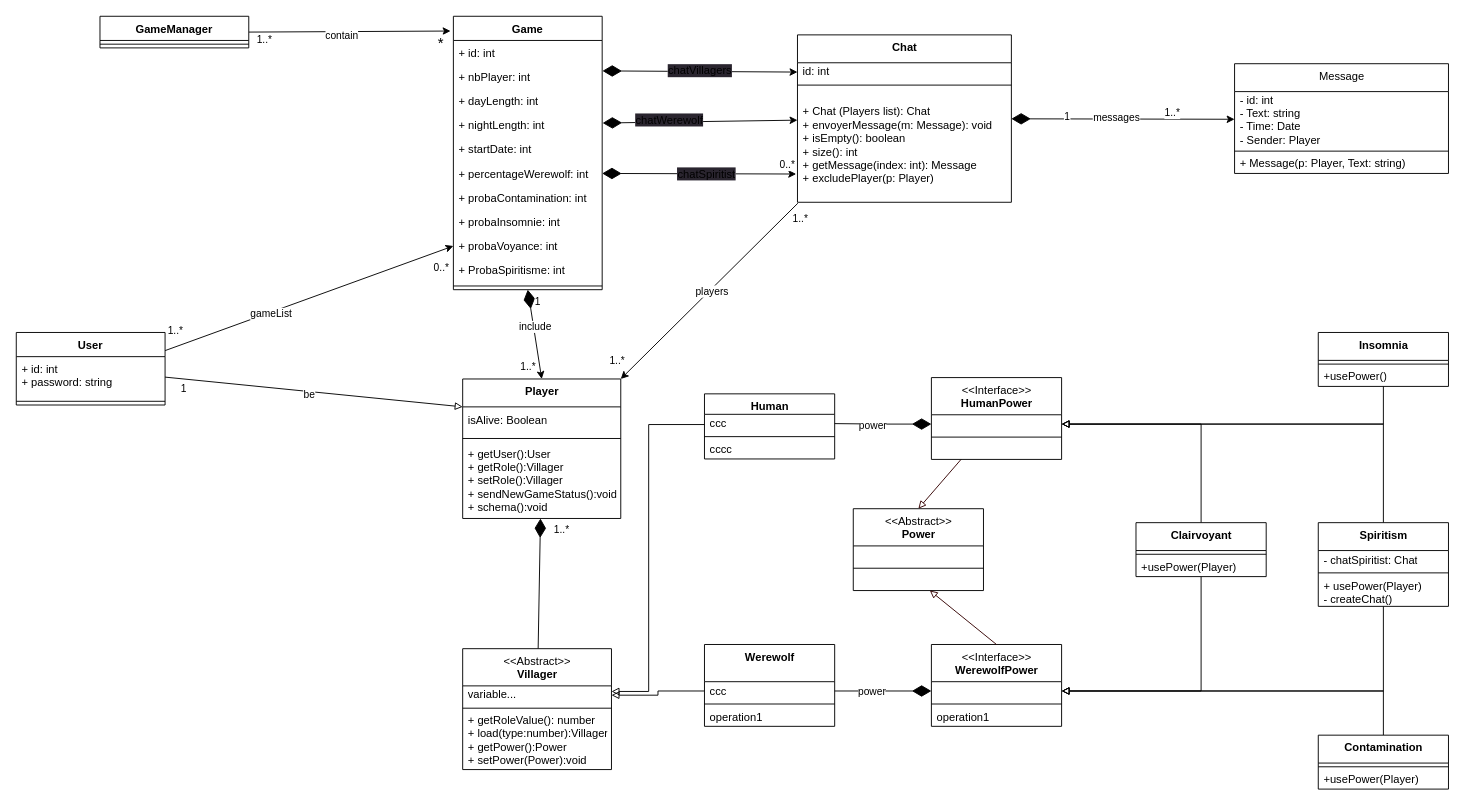
gfhuth/werewolf keeps this draw.io diagram as documentation/server/diagramme_de_classes_jeu.drawio. Above is the earlier version. Source tidied: cells renumbered, new cells numbered last; positions are measured from the earlier drawing's top-left corner, leaving out a move shared by most shapes. Both pictures are drawn from the tidied source at 93%, with x=0, y=0 at pixel (16, 16).
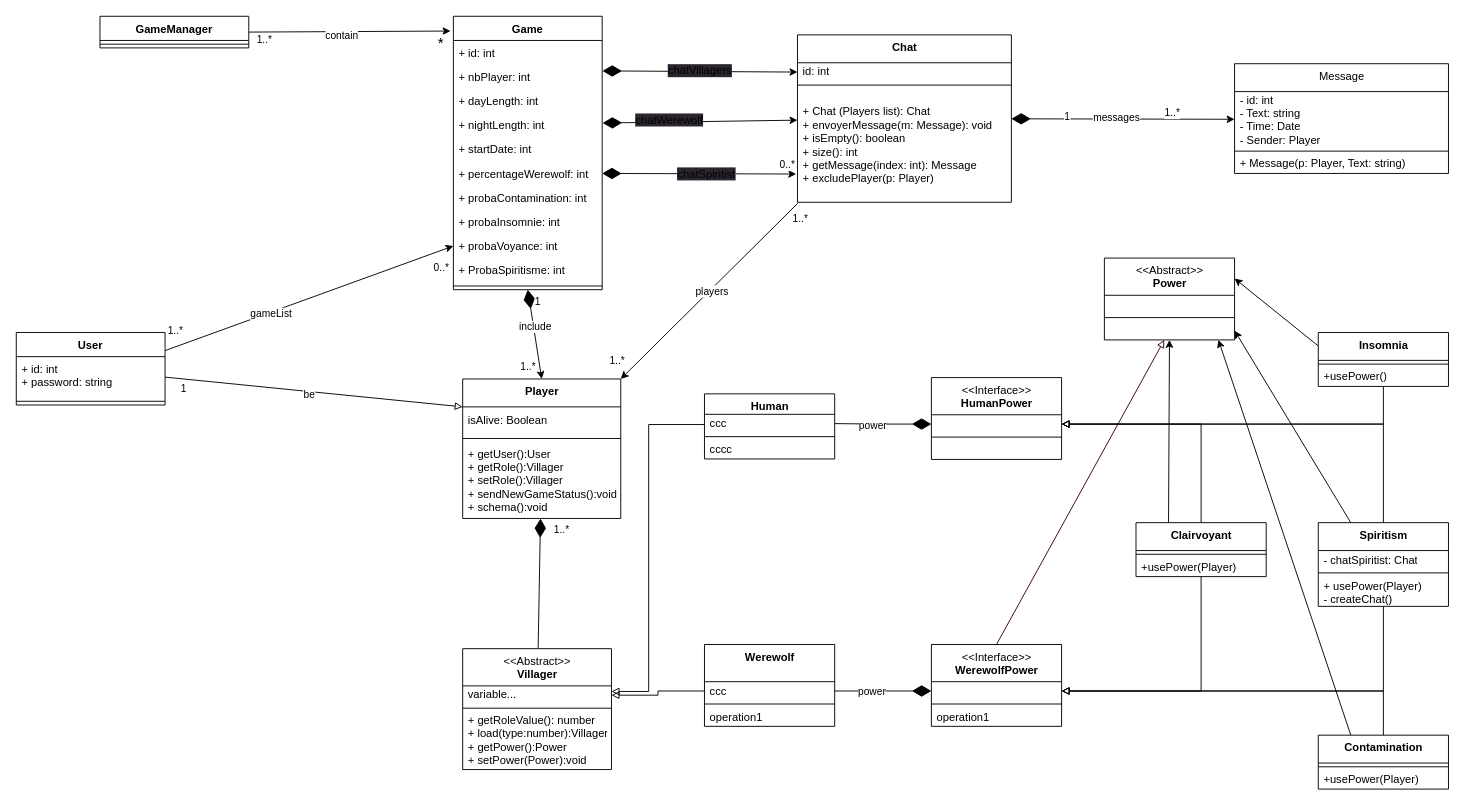
After the change.

The change refers to these unchanged cells:
```xml
<mxCell id="58" value="&lt;b&gt;Clairvoyant&lt;/b&gt;" style="swimlane;fontStyle=0;align=center;verticalAlign=top;horizontal=1;startSize=30;html=1;" parent="1" vertex="1">
  <mxGeometry x="1204" y="544.5" width="140" height="58" as="geometry" />
</mxCell>
<mxCell id="68" value="&lt;b class=&quot;b5&quot;&gt;Spiritism&lt;/b&gt;" style="swimlane;fontStyle=0;align=center;verticalAlign=top;horizontal=1;startSize=30;html=1;" parent="1" vertex="1">
  <mxGeometry x="1400" y="544.5" width="140" height="90" as="geometry" />
</mxCell>
<mxCell id="76" value="&amp;lt;&amp;lt;Interface&amp;gt;&amp;gt;&lt;br&gt;&lt;b&gt;HumanPower&lt;/b&gt;" style="swimlane;fontStyle=0;align=center;verticalAlign=top;horizontal=1;startSize=40;html=1;strokeColor=default;" parent="1" vertex="1">
  <mxGeometry x="984" y="388.5" width="140" height="88" as="geometry" />
</mxCell>
<mxCell id="89" value="&lt;b class=&quot;b5&quot;&gt;Contamination&lt;/b&gt;&lt;b class=&quot;b4&quot;&gt;&lt;/b&gt;" style="swimlane;fontStyle=0;align=center;verticalAlign=top;horizontal=1;startSize=30;html=1;" parent="1" vertex="1">
  <mxGeometry x="1400" y="773" width="140" height="58" as="geometry" />
</mxCell>
<mxCell id="93" value="&lt;strong&gt;Insomnia&lt;br&gt;&lt;/strong&gt;" style="swimlane;fontStyle=0;align=center;verticalAlign=top;horizontal=1;startSize=30;html=1;" parent="1" vertex="1">
  <mxGeometry x="1400" y="340" width="140" height="58" as="geometry" />
</mxCell>
<mxCell id="111" value="&amp;nbsp;" style="text;html=1;strokeColor=none;fillColor=none;align=left;verticalAlign=middle;spacingLeft=4;spacingRight=4;overflow=hidden;points=[[0,0.5],[1,0.5]];portConstraint=eastwest;" parent="108" vertex="1">
  <mxGeometry y="68" width="140" height="20" as="geometry" />
</mxCell>
```

Diff of the diagram source:
```diff
@@
+    <mxCell id="114" style="edgeStyle=none;html=1;exitX=0.25;exitY=0;exitDx=0;exitDy=0;entryX=0.5;entryY=1;entryDx=0;entryDy=0;" parent="1" edge="1" source="58" target="108">
+      <mxGeometry relative="1" as="geometry" />
+    </mxCell>
@@
+    <mxCell id="115" style="edgeStyle=none;html=1;exitX=0.25;exitY=0;exitDx=0;exitDy=0;entryX=1;entryY=0.5;entryDx=0;entryDy=0;" parent="1" edge="1" source="68" target="111">
+      <mxGeometry relative="1" as="geometry" />
+    </mxCell>
@@
-    <mxCell id="74" style="edgeStyle=none;html=1;strokeColor=#FFFFFF;endArrow=block;endFill=0;entryX=0.457;entryY=-0.028;entryDx=0;entryDy=0;entryPerimeter=0;" parent="1" edge="1" source="76" target="108">
-      <mxGeometry relative="1" as="geometry" />
-    </mxCell>
-    <mxCell id="75" style="edgeStyle=none;html=1;entryX=0.5;entryY=0;entryDx=0;entryDy=0;strokeColor=#330000;endArrow=block;endFill=0;fillColor=#f8cecc;gradientColor=#ea6b66;" parent="1" edge="1" source="76" target="108">
-      <mxGeometry relative="1" as="geometry" />
-    </mxCell>
@@
+    <mxCell id="116" style="edgeStyle=none;html=1;exitX=0.25;exitY=0;exitDx=0;exitDy=0;entryX=0.876;entryY=1;entryDx=0;entryDy=0;entryPerimeter=0;" parent="1" edge="1" source="89" target="111">
+      <mxGeometry relative="1" as="geometry" />
+    </mxCell>
@@
+    <mxCell id="117" style="edgeStyle=none;html=1;exitX=0;exitY=0.25;exitDx=0;exitDy=0;entryX=1;entryY=0.25;entryDx=0;entryDy=0;" parent="1" edge="1" source="93" target="108">
+      <mxGeometry relative="1" as="geometry" />
+    </mxCell>
@@
     <mxCell id="108" value="&amp;lt;&amp;lt;Abstract&amp;gt;&amp;gt;&lt;br&gt;&lt;b&gt;Power&lt;/b&gt;" style="swimlane;fontStyle=0;align=center;verticalAlign=top;horizontal=1;startSize=40;html=1;strokeColor=default;" parent="1" vertex="1">
-      <mxGeometry x="900" y="529.5" width="140" height="88" as="geometry" />
+      <mxGeometry x="1170" y="260" width="140" height="88" as="geometry" />
     </mxCell>
```
